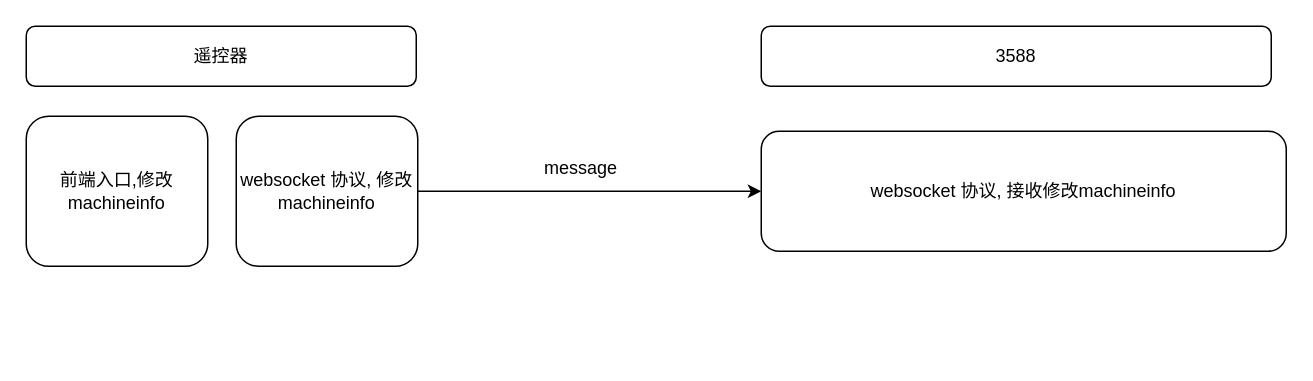
Before: machineinfo 方案设计.drawio in Jev0987/drawioFile, a draw.io diagram. Source tidied: cells renumbered, new cells numbered last; positions are measured from the earlier drawing's top-left corner, leaving out a move shared by most shapes. Both pictures are drawn from the tidied source at 150%, with x=0, y=0 at pixel (26, 26).
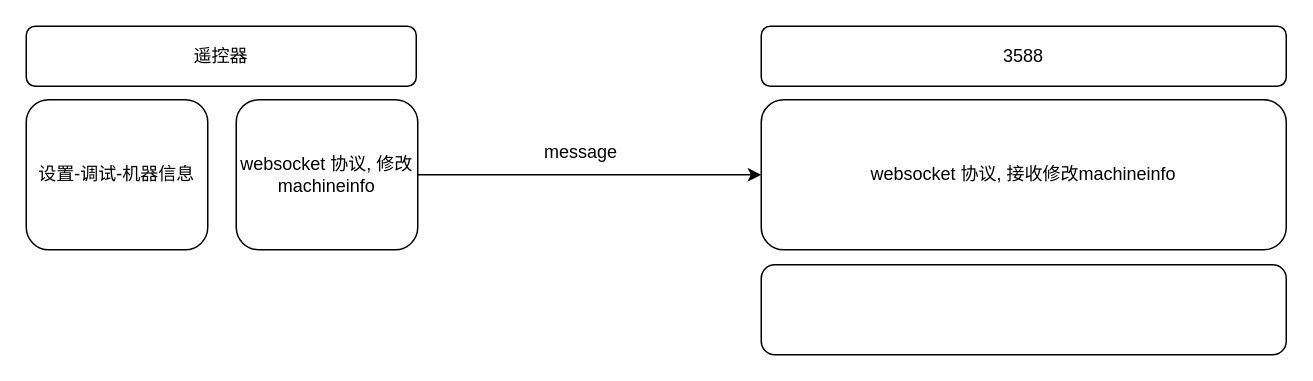
The same page after the edit.

Commit message:
更新machineinfo 方案设计.drawio

Change to the diagram source:
```diff
@@
 <mxGraphModel>
   <root>
     <mxCell id="0" />
     <mxCell id="1" parent="0" />
     <mxCell id="2" value="遥控器" style="rounded=1;whiteSpace=wrap;html=1;roundedPerimeter=1;" parent="1" vertex="1">
       <mxGeometry width="260" height="40" as="geometry" />
     </mxCell>
     <mxCell id="3" style="edgeStyle=orthogonalEdgeStyle;rounded=0;jettySize=auto;html=1;exitX=1;exitY=0.5;exitDx=0;exitDy=0;entryX=0;entryY=0.5;entryDx=0;entryDy=0;defaultLabelBackgroundColor=page;" parent="1" edge="1" source="4" target="7">
       <mxGeometry relative="1" as="geometry" />
     </mxCell>
     <mxCell id="4" value="websocket 协议, 修改machineinfo" style="rounded=1;whiteSpace=wrap;html=1;roundedPerimeter=1;" parent="1" vertex="1">
-      <mxGeometry x="140" y="60" width="121" height="100" as="geometry" />
+      <mxGeometry x="140" y="49" width="121" height="100" as="geometry" />
     </mxCell>
-    <mxCell id="5" value="前端入口,修改machineinfo" style="rounded=1;whiteSpace=wrap;html=1;roundedPerimeter=1;" parent="1" vertex="1">
-      <mxGeometry y="60" width="121" height="100" as="geometry" />
+    <mxCell id="5" value="设置-调试-机器信息" style="rounded=1;whiteSpace=wrap;html=1;roundedPerimeter=1;" parent="1" vertex="1">
+      <mxGeometry y="49" width="121" height="100" as="geometry" />
     </mxCell>
     <mxCell id="6" value="3588" style="rounded=1;whiteSpace=wrap;html=1;roundedPerimeter=1;" parent="1" vertex="1">
-      <mxGeometry x="490" width="340" height="40" as="geometry" />
+      <mxGeometry x="490" width="350" height="40" as="geometry" />
     </mxCell>
     <mxCell id="7" value="websocket 协议, 接收修改machineinfo" style="rounded=1;whiteSpace=wrap;html=1;roundedPerimeter=1;" parent="1" vertex="1">
-      <mxGeometry x="490" y="70" width="350" height="80" as="geometry" />
+      <mxGeometry x="490" y="49" width="350" height="100" as="geometry" />
     </mxCell>
     <mxCell id="8" value="message" style="text;html=1;whiteSpace=wrap;strokeColor=none;fillColor=none;align=center;verticalAlign=middle;rounded=0;" parent="1" vertex="1">
-      <mxGeometry x="340" y="80" width="60" height="30" as="geometry" />
+      <mxGeometry x="340" y="69" width="60" height="30" as="geometry" />
     </mxCell>
+    <mxCell id="9" style="rounded=1;whiteSpace=wrap;html=1;roundedPerimeter=1;" parent="1" vertex="1">
+      <mxGeometry x="490" y="159" width="350" height="60" as="geometry" />
+    </mxCell>
   </root>
 </mxGraphModel>
```
